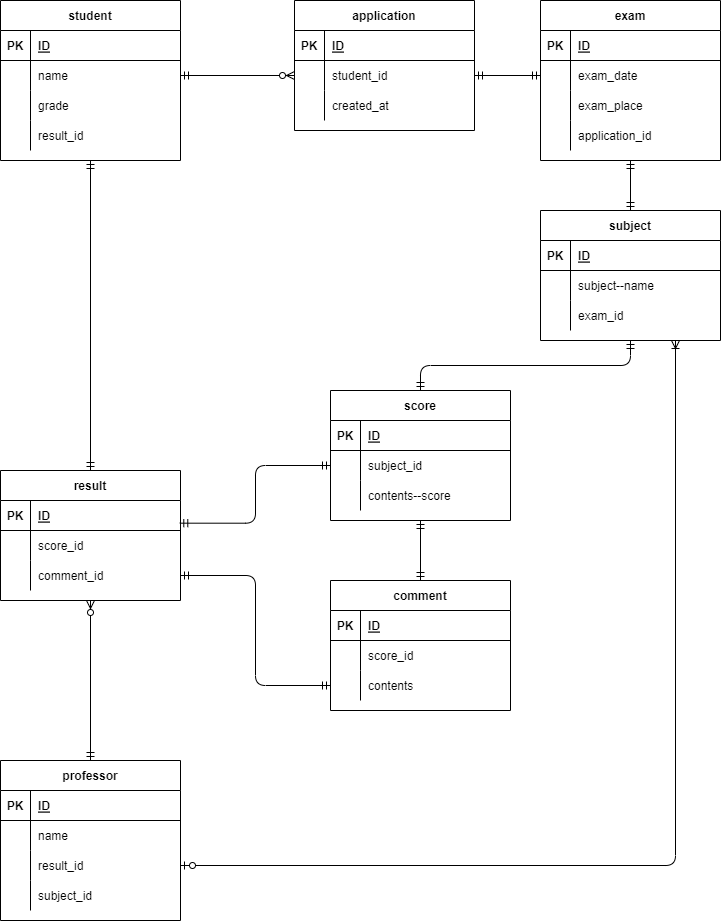
Earlier version of the draw.io export index.drawio.png (im-yonggi/database). Source tidied: cells renumbered, new cells last; positions are measured from the earlier drawing's top-left corner, leaving out a move shared by most shapes.
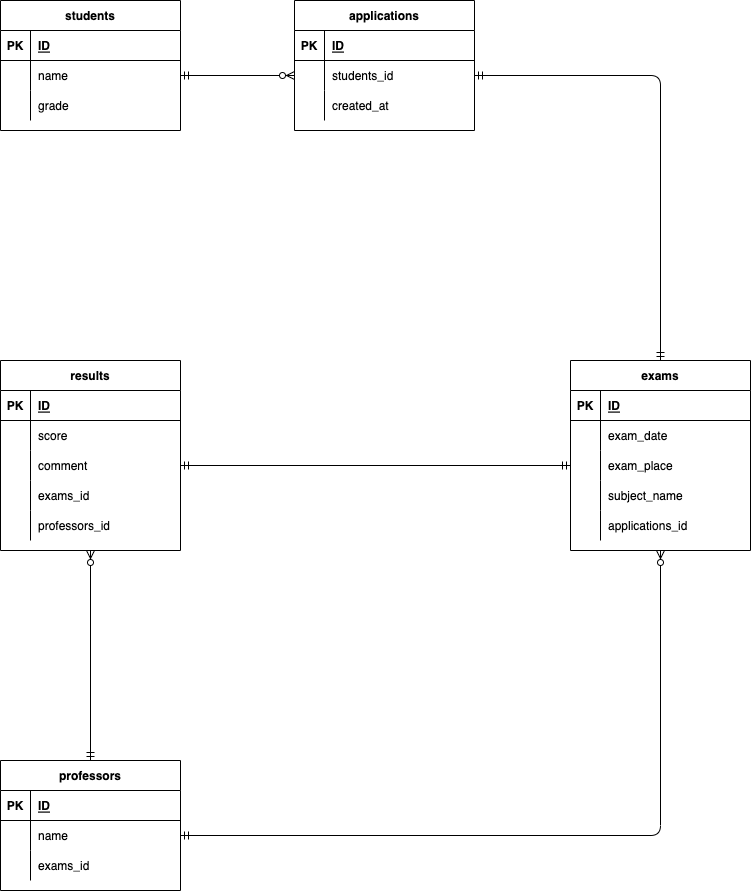
After the change.

Commit message:
second submit

Change to the diagram source:
```diff
@@ -2,8 +2,8 @@
   <root>
     <mxCell id="0" />
     <mxCell id="1" parent="0" />
-    <mxCell id="2" value="student" style="shape=table;startSize=30;rowLines=0;fontStyle=1;align=center;" parent="1" vertex="1">
-      <mxGeometry width="180" height="160" as="geometry" />
+    <mxCell id="2" value="students" style="shape=table;startSize=30;rowLines=0;fontStyle=1;align=center;" parent="1" vertex="1">
+      <mxGeometry width="180" height="130" as="geometry" />
     </mxCell>
     <mxCell id="3" style="shape=partialRectangle;fillColor=none;top=0;left=0;bottom=1;right=0;" parent="2" vertex="1">
       <mxGeometry y="30" width="180" height="30" as="geometry" />
@@ -32,17 +32,8 @@
     <mxCell id="11" value="grade" style="shape=partialRectangle;fillColor=none;top=0;left=0;bottom=0;right=0;align=left;spacingLeft=6;overflow=hidden;" parent="9" vertex="1">
       <mxGeometry x="30" width="150" height="30" as="geometry" />
     </mxCell>
-    <mxCell id="12" style="shape=partialRectangle;fillColor=none;top=0;left=0;bottom=0;right=0;" parent="2" vertex="1">
-      <mxGeometry y="120" width="180" height="30" as="geometry" />
-    </mxCell>
-    <mxCell id="13" style="shape=partialRectangle;fillColor=none;top=0;left=0;bottom=0;right=0;overflow=hidden;" parent="12" vertex="1">
-      <mxGeometry width="30" height="30" as="geometry" />
-    </mxCell>
-    <mxCell id="14" value="result_id" style="shape=partialRectangle;fillColor=none;top=0;left=0;bottom=0;right=0;align=left;spacingLeft=6;overflow=hidden;" parent="12" vertex="1">
-      <mxGeometry x="30" width="150" height="30" as="geometry" />
-    </mxCell>
-    <mxCell id="15" value="professor" style="shape=table;startSize=30;rowLines=0;fontStyle=1;align=center;" parent="1" vertex="1">
-      <mxGeometry y="760" width="180" height="160" as="geometry" />
+    <mxCell id="15" value="professors" style="shape=table;startSize=30;rowLines=0;fontStyle=1;align=center;" parent="1" vertex="1">
+      <mxGeometry y="760" width="180" height="130" as="geometry" />
     </mxCell>
     <mxCell id="16" style="shape=partialRectangle;fillColor=none;top=0;left=0;bottom=1;right=0;" parent="15" vertex="1">
       <mxGeometry y="30" width="180" height="30" as="geometry" />
@@ -62,85 +53,16 @@
     <mxCell id="21" value="name" style="shape=partialRectangle;fillColor=none;top=0;left=0;bottom=0;right=0;align=left;spacingLeft=6;overflow=hidden;" parent="19" vertex="1">
       <mxGeometry x="30" width="150" height="30" as="geometry" />
     </mxCell>
-    <mxCell id="22" style="shape=partialRectangle;fillColor=none;top=0;left=0;bottom=0;right=0;points=[[0,0.5],[1,0.5]];portConstraint=eastwest;" parent="15" vertex="1">
-      <mxGeometry y="90" width="180" height="30" as="geometry" />
-    </mxCell>
-    <mxCell id="23" style="shape=partialRectangle;fillColor=none;top=0;left=0;bottom=0;right=0;overflow=hidden;" parent="22" vertex="1">
-      <mxGeometry width="30" height="30" as="geometry" />
-    </mxCell>
-    <mxCell id="24" value="result_id" style="shape=partialRectangle;fillColor=none;top=0;left=0;bottom=0;right=0;align=left;spacingLeft=6;overflow=hidden;" parent="22" vertex="1">
-      <mxGeometry x="30" width="150" height="30" as="geometry" />
-    </mxCell>
     <mxCell id="25" style="shape=partialRectangle;fillColor=none;top=0;left=0;bottom=0;right=0;" parent="15" vertex="1">
-      <mxGeometry y="120" width="180" height="30" as="geometry" />
+      <mxGeometry y="90" width="180" height="30" as="geometry" />
     </mxCell>
     <mxCell id="26" style="shape=partialRectangle;fillColor=none;top=0;left=0;bottom=0;right=0;overflow=hidden;" parent="25" vertex="1">
       <mxGeometry width="30" height="30" as="geometry" />
     </mxCell>
-    <mxCell id="27" value="subject_id" style="shape=partialRectangle;fillColor=none;top=0;left=0;bottom=0;right=0;align=left;spacingLeft=6;overflow=hidden;" parent="25" vertex="1">
+    <mxCell id="27" value="exams_id" style="shape=partialRectangle;fillColor=none;top=0;left=0;bottom=0;right=0;align=left;spacingLeft=6;overflow=hidden;" parent="25" vertex="1">
       <mxGeometry x="30" width="150" height="30" as="geometry" />
     </mxCell>
-    <mxCell id="28" value="score" style="shape=table;startSize=30;rowLines=0;fontStyle=1;align=center;" parent="1" vertex="1">
-      <mxGeometry x="330" y="390" width="180" height="130" as="geometry" />
-    </mxCell>
-    <mxCell id="29" style="shape=partialRectangle;fillColor=none;top=0;left=0;bottom=1;right=0;" parent="28" vertex="1">
-      <mxGeometry y="30" width="180" height="30" as="geometry" />
-    </mxCell>
-    <mxCell id="30" value="PK" style="shape=partialRectangle;fillColor=none;top=0;left=0;bottom=0;right=0;fontStyle=1;overflow=hidden;" parent="29" vertex="1">
-      <mxGeometry width="30" height="30" as="geometry" />
-    </mxCell>
-    <mxCell id="31" value="ID" style="shape=partialRectangle;fillColor=none;top=0;left=0;bottom=0;right=0;align=left;spacingLeft=6;fontStyle=5;overflow=hidden;" parent="29" vertex="1">
-      <mxGeometry x="30" width="150" height="30" as="geometry" />
-    </mxCell>
-    <mxCell id="32" style="shape=partialRectangle;fillColor=none;top=0;left=0;bottom=0;right=0;points=[[0,0.5],[1,0.5]];portConstraint=eastwest;" parent="28" vertex="1">
-      <mxGeometry y="60" width="180" height="30" as="geometry" />
-    </mxCell>
-    <mxCell id="33" style="shape=partialRectangle;fillColor=none;top=0;left=0;bottom=0;right=0;overflow=hidden;" parent="32" vertex="1">
-      <mxGeometry width="30" height="30" as="geometry" />
-    </mxCell>
-    <mxCell id="34" value="subject_id" style="shape=partialRectangle;fillColor=none;top=0;left=0;bottom=0;right=0;align=left;spacingLeft=6;overflow=hidden;" parent="32" vertex="1">
-      <mxGeometry x="30" width="150" height="30" as="geometry" />
-    </mxCell>
-    <mxCell id="35" style="shape=partialRectangle;fillColor=none;top=0;left=0;bottom=0;right=0;" parent="28" vertex="1">
-      <mxGeometry y="90" width="180" height="30" as="geometry" />
-    </mxCell>
-    <mxCell id="36" style="shape=partialRectangle;fillColor=none;top=0;left=0;bottom=0;right=0;overflow=hidden;" parent="35" vertex="1">
-      <mxGeometry width="30" height="30" as="geometry" />
-    </mxCell>
-    <mxCell id="37" value="contents--score" style="shape=partialRectangle;fillColor=none;top=0;left=0;bottom=0;right=0;align=left;spacingLeft=6;overflow=hidden;" parent="35" vertex="1">
-      <mxGeometry x="30" width="150" height="30" as="geometry" />
-    </mxCell>
-    <mxCell id="38" value="comment" style="shape=table;startSize=30;rowLines=0;fontStyle=1;align=center;" parent="1" vertex="1">
-      <mxGeometry x="330" y="580" width="180" height="130" as="geometry" />
-    </mxCell>
-    <mxCell id="39" style="shape=partialRectangle;fillColor=none;top=0;left=0;bottom=1;right=0;" parent="38" vertex="1">
-      <mxGeometry y="30" width="180" height="30" as="geometry" />
-    </mxCell>
-    <mxCell id="40" value="PK" style="shape=partialRectangle;fillColor=none;top=0;left=0;bottom=0;right=0;fontStyle=1;overflow=hidden;" parent="39" vertex="1">
-      <mxGeometry width="30" height="30" as="geometry" />
-    </mxCell>
-    <mxCell id="41" value="ID" style="shape=partialRectangle;fillColor=none;top=0;left=0;bottom=0;right=0;align=left;spacingLeft=6;fontStyle=5;overflow=hidden;" parent="39" vertex="1">
-      <mxGeometry x="30" width="150" height="30" as="geometry" />
-    </mxCell>
-    <mxCell id="42" style="shape=partialRectangle;fillColor=none;top=0;left=0;bottom=0;right=0;" parent="38" vertex="1">
-      <mxGeometry y="60" width="180" height="30" as="geometry" />
-    </mxCell>
-    <mxCell id="43" style="shape=partialRectangle;fillColor=none;top=0;left=0;bottom=0;right=0;overflow=hidden;" parent="42" vertex="1">
-      <mxGeometry width="30" height="30" as="geometry" />
-    </mxCell>
-    <mxCell id="44" value="score_id" style="shape=partialRectangle;fillColor=none;top=0;left=0;bottom=0;right=0;align=left;spacingLeft=6;overflow=hidden;" parent="42" vertex="1">
-      <mxGeometry x="30" width="150" height="30" as="geometry" />
-    </mxCell>
-    <mxCell id="45" style="shape=partialRectangle;fillColor=none;top=0;left=0;bottom=0;right=0;points=[[0,0.5],[1,0.5]];portConstraint=eastwest;" parent="38" vertex="1">
-      <mxGeometry y="90" width="180" height="30" as="geometry" />
-    </mxCell>
-    <mxCell id="46" style="shape=partialRectangle;fillColor=none;top=0;left=0;bottom=0;right=0;overflow=hidden;" parent="45" vertex="1">
-      <mxGeometry width="30" height="30" as="geometry" />
-    </mxCell>
-    <mxCell id="47" value="contents" style="shape=partialRectangle;fillColor=none;top=0;left=0;bottom=0;right=0;align=left;spacingLeft=6;overflow=hidden;" parent="45" vertex="1">
-      <mxGeometry x="30" width="150" height="30" as="geometry" />
-    </mxCell>
-    <mxCell id="48" value="application" style="shape=table;startSize=30;rowLines=0;fontStyle=1;align=center;" parent="1" vertex="1">
+    <mxCell id="48" value="applications" style="shape=table;startSize=30;rowLines=0;fontStyle=1;align=center;" parent="1" vertex="1">
       <mxGeometry x="294" width="180" height="130" as="geometry" />
     </mxCell>
     <mxCell id="49" style="shape=partialRectangle;fillColor=none;top=0;left=0;bottom=1;right=0;" parent="48" vertex="1">
@@ -158,7 +80,7 @@
     <mxCell id="53" style="shape=partialRectangle;fillColor=none;top=0;left=0;bottom=0;right=0;overflow=hidden;" parent="52" vertex="1">
       <mxGeometry width="30" height="30" as="geometry" />
     </mxCell>
-    <mxCell id="54" value="student_id" style="shape=partialRectangle;fillColor=none;top=0;left=0;bottom=0;right=0;align=left;spacingLeft=6;overflow=hidden;" parent="52" vertex="1">
+    <mxCell id="54" value="students_id" style="shape=partialRectangle;fillColor=none;top=0;left=0;bottom=0;right=0;align=left;spacingLeft=6;overflow=hidden;" parent="52" vertex="1">
       <mxGeometry x="30" width="150" height="30" as="geometry" />
     </mxCell>
     <mxCell id="55" style="shape=partialRectangle;fillColor=none;top=0;left=0;bottom=0;right=0;" parent="48" vertex="1">
@@ -170,8 +92,8 @@
     <mxCell id="57" value="created_at" style="shape=partialRectangle;fillColor=none;top=0;left=0;bottom=0;right=0;align=left;spacingLeft=6;overflow=hidden;" parent="55" vertex="1">
       <mxGeometry x="30" width="150" height="30" as="geometry" />
     </mxCell>
-    <mxCell id="58" value="exam" style="shape=table;startSize=30;rowLines=0;fontStyle=1;align=center;" parent="1" vertex="1">
-      <mxGeometry x="540" width="180" height="160" as="geometry" />
+    <mxCell id="58" value="exams" style="shape=table;startSize=30;rowLines=0;fontStyle=1;align=center;" parent="1" vertex="1">
+      <mxGeometry x="570" y="360" width="180" height="190" as="geometry" />
     </mxCell>
     <mxCell id="59" style="shape=partialRectangle;fillColor=none;top=0;left=0;bottom=1;right=0;" parent="58" vertex="1">
       <mxGeometry y="30" width="180" height="30" as="geometry" />
@@ -200,47 +122,26 @@
     <mxCell id="67" value="exam_place" style="shape=partialRectangle;fillColor=none;top=0;left=0;bottom=0;right=0;align=left;spacingLeft=6;overflow=hidden;" parent="65" vertex="1">
       <mxGeometry x="30" width="150" height="30" as="geometry" />
     </mxCell>
+    <mxCell id="101" style="shape=partialRectangle;fillColor=none;top=0;left=0;bottom=0;right=0;" parent="58" vertex="1">
+      <mxGeometry y="120" width="180" height="30" as="geometry" />
+    </mxCell>
+    <mxCell id="102" style="shape=partialRectangle;fillColor=none;top=0;left=0;bottom=0;right=0;overflow=hidden;" parent="101" vertex="1">
+      <mxGeometry width="30" height="30" as="geometry" />
+    </mxCell>
+    <mxCell id="103" value="subject_name" style="shape=partialRectangle;fillColor=none;top=0;left=0;bottom=0;right=0;align=left;spacingLeft=6;overflow=hidden;" parent="101" vertex="1">
+      <mxGeometry x="30" width="150" height="30" as="geometry" />
+    </mxCell>
     <mxCell id="68" style="shape=partialRectangle;fillColor=none;top=0;left=0;bottom=0;right=0;" parent="58" vertex="1">
-      <mxGeometry y="120" width="180" height="30" as="geometry" />
+      <mxGeometry y="150" width="180" height="30" as="geometry" />
     </mxCell>
     <mxCell id="69" style="shape=partialRectangle;fillColor=none;top=0;left=0;bottom=0;right=0;overflow=hidden;" parent="68" vertex="1">
       <mxGeometry width="30" height="30" as="geometry" />
     </mxCell>
-    <mxCell id="70" value="application_id" style="shape=partialRectangle;fillColor=none;top=0;left=0;bottom=0;right=0;align=left;spacingLeft=6;overflow=hidden;" parent="68" vertex="1">
+    <mxCell id="70" value="applications_id" style="shape=partialRectangle;fillColor=none;top=0;left=0;bottom=0;right=0;align=left;spacingLeft=6;overflow=hidden;" parent="68" vertex="1">
       <mxGeometry x="30" width="150" height="30" as="geometry" />
     </mxCell>
-    <mxCell id="71" value="subject" style="shape=table;startSize=30;rowLines=0;fontStyle=1;align=center;" parent="1" vertex="1">
-      <mxGeometry x="540" y="210" width="180" height="130" as="geometry" />
-    </mxCell>
-    <mxCell id="72" style="shape=partialRectangle;fillColor=none;top=0;left=0;bottom=1;right=0;" parent="71" vertex="1">
-      <mxGeometry y="30" width="180" height="30" as="geometry" />
-    </mxCell>
-    <mxCell id="73" value="PK" style="shape=partialRectangle;fillColor=none;top=0;left=0;bottom=0;right=0;fontStyle=1;overflow=hidden;" parent="72" vertex="1">
-      <mxGeometry width="30" height="30" as="geometry" />
-    </mxCell>
-    <mxCell id="74" value="ID" style="shape=partialRectangle;fillColor=none;top=0;left=0;bottom=0;right=0;align=left;spacingLeft=6;fontStyle=5;overflow=hidden;" parent="72" vertex="1">
-      <mxGeometry x="30" width="150" height="30" as="geometry" />
-    </mxCell>
-    <mxCell id="75" style="shape=partialRectangle;fillColor=none;top=0;left=0;bottom=0;right=0;" parent="71" vertex="1">
-      <mxGeometry y="60" width="180" height="30" as="geometry" />
-    </mxCell>
-    <mxCell id="76" style="shape=partialRectangle;fillColor=none;top=0;left=0;bottom=0;right=0;overflow=hidden;" parent="75" vertex="1">
-      <mxGeometry width="30" height="30" as="geometry" />
-    </mxCell>
-    <mxCell id="77" value="subject--name" style="shape=partialRectangle;fillColor=none;top=0;left=0;bottom=0;right=0;align=left;spacingLeft=6;overflow=hidden;" parent="75" vertex="1">
-      <mxGeometry x="30" width="150" height="30" as="geometry" />
-    </mxCell>
-    <mxCell id="78" style="shape=partialRectangle;fillColor=none;top=0;left=0;bottom=0;right=0;" parent="71" vertex="1">
-      <mxGeometry y="90" width="180" height="30" as="geometry" />
-    </mxCell>
-    <mxCell id="79" style="shape=partialRectangle;fillColor=none;top=0;left=0;bottom=0;right=0;overflow=hidden;" parent="78" vertex="1">
-      <mxGeometry width="30" height="30" as="geometry" />
-    </mxCell>
-    <mxCell id="80" value="exam_id" style="shape=partialRectangle;fillColor=none;top=0;left=0;bottom=0;right=0;align=left;spacingLeft=6;overflow=hidden;" parent="78" vertex="1">
-      <mxGeometry x="30" width="150" height="30" as="geometry" />
-    </mxCell>
-    <mxCell id="81" value="result" style="shape=table;startSize=30;rowLines=0;fontStyle=1;align=center;" parent="1" vertex="1">
-      <mxGeometry y="470" width="180" height="130" as="geometry" />
+    <mxCell id="81" value="results" style="shape=table;startSize=30;rowLines=0;fontStyle=1;align=center;" parent="1" vertex="1">
+      <mxGeometry y="360" width="180" height="190" as="geometry" />
     </mxCell>
     <mxCell id="82" style="shape=partialRectangle;fillColor=none;top=0;left=0;bottom=1;right=0;points=[[0,0.5],[1,0.5]];portConstraint=eastwest;" parent="81" vertex="1">
       <mxGeometry y="30" width="180" height="30" as="geometry" />
@@ -257,7 +158,7 @@
     <mxCell id="86" style="shape=partialRectangle;fillColor=none;top=0;left=0;bottom=0;right=0;overflow=hidden;" parent="85" vertex="1">
       <mxGeometry width="30" height="30" as="geometry" />
     </mxCell>
-    <mxCell id="87" value="score_id" style="shape=partialRectangle;fillColor=none;top=0;left=0;bottom=0;right=0;align=left;spacingLeft=6;overflow=hidden;" parent="85" vertex="1">
+    <mxCell id="87" value="score" style="shape=partialRectangle;fillColor=none;top=0;left=0;bottom=0;right=0;align=left;spacingLeft=6;overflow=hidden;" parent="85" vertex="1">
       <mxGeometry x="30" width="150" height="30" as="geometry" />
     </mxCell>
     <mxCell id="88" style="shape=partialRectangle;fillColor=none;top=0;left=0;bottom=0;right=0;points=[[0,0.5],[1,0.5]];portConstraint=eastwest;" parent="81" vertex="1">
@@ -266,38 +167,41 @@
     <mxCell id="89" style="shape=partialRectangle;fillColor=none;top=0;left=0;bottom=0;right=0;overflow=hidden;" parent="88" vertex="1">
       <mxGeometry width="30" height="30" as="geometry" />
     </mxCell>
-    <mxCell id="90" value="comment_id" style="shape=partialRectangle;fillColor=none;top=0;left=0;bottom=0;right=0;align=left;spacingLeft=6;overflow=hidden;" parent="88" vertex="1">
+    <mxCell id="90" value="comment" style="shape=partialRectangle;fillColor=none;top=0;left=0;bottom=0;right=0;align=left;spacingLeft=6;overflow=hidden;" parent="88" vertex="1">
       <mxGeometry x="30" width="150" height="30" as="geometry" />
     </mxCell>
+    <mxCell id="104" style="shape=partialRectangle;fillColor=none;top=0;left=0;bottom=0;right=0;" parent="81" vertex="1">
+      <mxGeometry y="120" width="180" height="30" as="geometry" />
+    </mxCell>
+    <mxCell id="105" style="shape=partialRectangle;fillColor=none;top=0;left=0;bottom=0;right=0;overflow=hidden;" parent="104" vertex="1">
+      <mxGeometry width="30" height="30" as="geometry" />
+    </mxCell>
+    <mxCell id="106" value="exams_id" style="shape=partialRectangle;fillColor=none;top=0;left=0;bottom=0;right=0;align=left;spacingLeft=6;overflow=hidden;" parent="104" vertex="1">
+      <mxGeometry x="30" width="150" height="30" as="geometry" />
+    </mxCell>
+    <mxCell id="107" style="shape=partialRectangle;fillColor=none;top=0;left=0;bottom=0;right=0;" parent="81" vertex="1">
+      <mxGeometry y="150" width="180" height="30" as="geometry" />
+    </mxCell>
+    <mxCell id="108" style="shape=partialRectangle;fillColor=none;top=0;left=0;bottom=0;right=0;overflow=hidden;" parent="107" vertex="1">
+      <mxGeometry width="30" height="30" as="geometry" />
+    </mxCell>
+    <mxCell id="109" value="professors_id" style="shape=partialRectangle;fillColor=none;top=0;left=0;bottom=0;right=0;align=left;spacingLeft=6;overflow=hidden;" parent="107" vertex="1">
+      <mxGeometry x="30" width="150" height="30" as="geometry" />
+    </mxCell>
     <mxCell id="91" style="fontSize=12;html=1;endArrow=ERzeroToMany;startArrow=ERmandOne;entryX=0;entryY=0.5;entryDx=0;entryDy=0;exitX=1;exitY=0.5;exitDx=0;exitDy=0;" parent="1" edge="1" source="6" target="52">
       <mxGeometry relative="1" as="geometry" />
     </mxCell>
-    <mxCell id="92" style="fontSize=12;html=1;endArrow=ERmandOne;startArrow=ERmandOne;exitX=1;exitY=0.5;exitDx=0;exitDy=0;entryX=0;entryY=0.5;entryDx=0;entryDy=0;" parent="1" edge="1" source="52" target="62">
+    <mxCell id="92" style="fontSize=12;html=1;endArrow=ERmandOne;startArrow=ERmandOne;exitX=1;exitY=0.5;exitDx=0;exitDy=0;entryX=0.5;entryY=0;entryDx=0;entryDy=0;edgeStyle=orthogonalEdgeStyle;" parent="1" edge="1" source="52" target="58">
       <mxGeometry relative="1" as="geometry" />
     </mxCell>
-    <mxCell id="93" style="fontSize=12;html=1;endArrow=ERmandOne;startArrow=ERmandOne;exitX=0.5;exitY=1;exitDx=0;exitDy=0;entryX=0.5;entryY=0;entryDx=0;entryDy=0;" parent="1" edge="1" source="58" target="71">
+    <mxCell id="93" style="fontSize=12;html=1;endArrow=ERmandOne;startArrow=ERmandOne;exitX=0;exitY=0.5;exitDx=0;exitDy=0;entryX=1;entryY=0.5;entryDx=0;entryDy=0;" parent="1" edge="1" source="65" target="88">
       <mxGeometry relative="1" as="geometry" />
     </mxCell>
-    <mxCell id="94" style="fontSize=12;html=1;endArrow=ERmandOne;startArrow=ERmandOne;entryX=0.5;entryY=1;entryDx=0;entryDy=0;exitX=0.5;exitY=0;exitDx=0;exitDy=0;edgeStyle=orthogonalEdgeStyle;" parent="1" edge="1" source="28" target="71">
-      <mxGeometry relative="1" as="geometry" />
-    </mxCell>
-    <mxCell id="95" style="fontSize=12;html=1;endArrow=ERmandOne;startArrow=ERmandOne;exitX=0.5;exitY=1;exitDx=0;exitDy=0;entryX=0.5;entryY=0;entryDx=0;entryDy=0;" parent="1" edge="1" source="28" target="38">
-      <mxGeometry relative="1" as="geometry" />
-    </mxCell>
-    <mxCell id="96" style="fontSize=12;html=1;endArrow=ERmandOne;startArrow=ERmandOne;exitX=0;exitY=0.5;exitDx=0;exitDy=0;entryX=0.996;entryY=0.756;entryDx=0;entryDy=0;entryPerimeter=0;edgeStyle=orthogonalEdgeStyle;" parent="1" edge="1" source="32" target="82">
-      <mxGeometry relative="1" as="geometry" />
-    </mxCell>
-    <mxCell id="97" style="fontSize=12;html=1;endArrow=ERmandOne;startArrow=ERmandOne;exitX=0;exitY=0.5;exitDx=0;exitDy=0;entryX=1;entryY=0.5;entryDx=0;entryDy=0;edgeStyle=orthogonalEdgeStyle;" parent="1" edge="1" source="45" target="88">
-      <mxGeometry relative="1" as="geometry" />
-    </mxCell>
     <mxCell id="98" style="fontSize=12;html=1;endArrow=ERzeroToMany;startArrow=ERmandOne;exitX=0.5;exitY=0;exitDx=0;exitDy=0;entryX=0.5;entryY=1;entryDx=0;entryDy=0;" parent="1" edge="1" source="15" target="81">
       <mxGeometry relative="1" as="geometry" />
     </mxCell>
-    <mxCell id="99" style="fontSize=12;html=1;endArrow=ERmandOne;startArrow=ERmandOne;exitX=0.5;exitY=1;exitDx=0;exitDy=0;entryX=0.5;entryY=0;entryDx=0;entryDy=0;" parent="1" edge="1" source="2" target="81">
-      <mxGeometry relative="1" as="geometry" />
-    </mxCell>
-    <mxCell id="100" style="edgeStyle=orthogonalEdgeStyle;fontSize=12;html=1;endArrow=ERoneToMany;startArrow=ERzeroToOne;exitX=1;exitY=0.5;exitDx=0;exitDy=0;entryX=0.75;entryY=1;entryDx=0;entryDy=0;" parent="1" edge="1" source="22" target="71">
-      <mxGeometry relative="1" as="geometry" />
-    </mxCell>
+    <mxCell id="110" style="fontSize=12;html=1;endArrow=ERzeroToMany;startArrow=ERmandOne;exitX=1;exitY=0.5;exitDx=0;exitDy=0;entryX=0.5;entryY=1;entryDx=0;entryDy=0;edgeStyle=orthogonalEdgeStyle;" parent="1" edge="1" source="19" target="58">
+      <mxGeometry relative="1" as="geometry" />
+    </mxCell>
   </root>
 </mxGraphModel>
```
